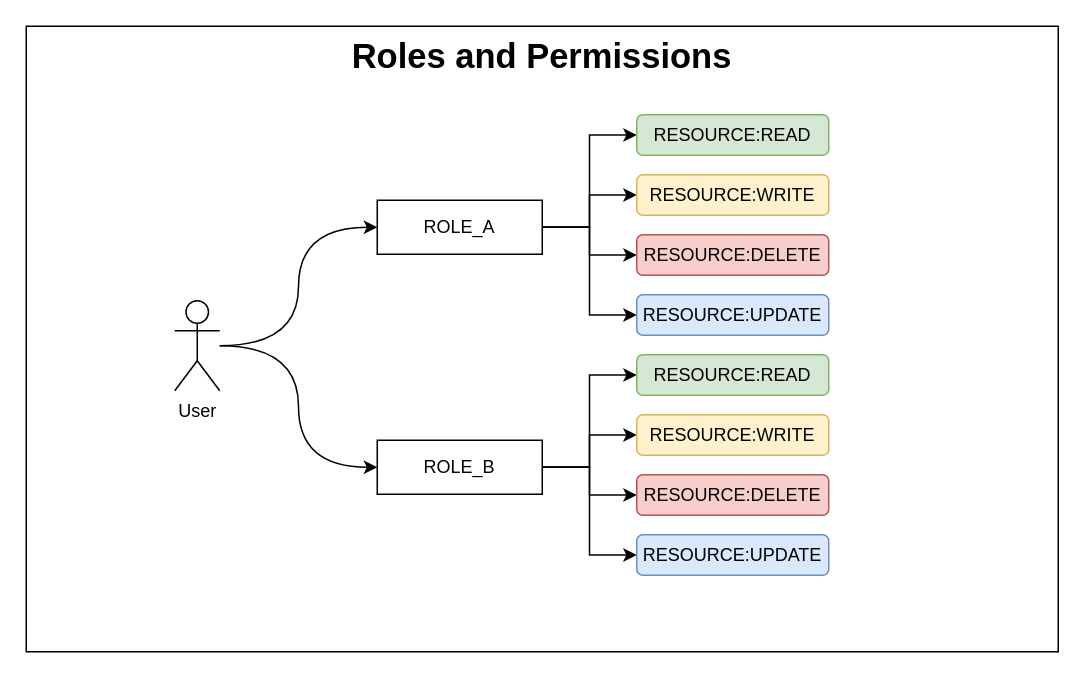
Before: page "roles and permissions" (4 of 4) of jwt-security.drawio in ventiwang/spring-boot-3-jwt-security, a draw.io diagram. Source tidied: cells renumbered, new cells numbered last; positions are measured from the earlier drawing's top-left corner, leaving out a move shared by most shapes. Both pictures are drawn from the tidied source at 150%, with x=0, y=0 at pixel (26, 26).
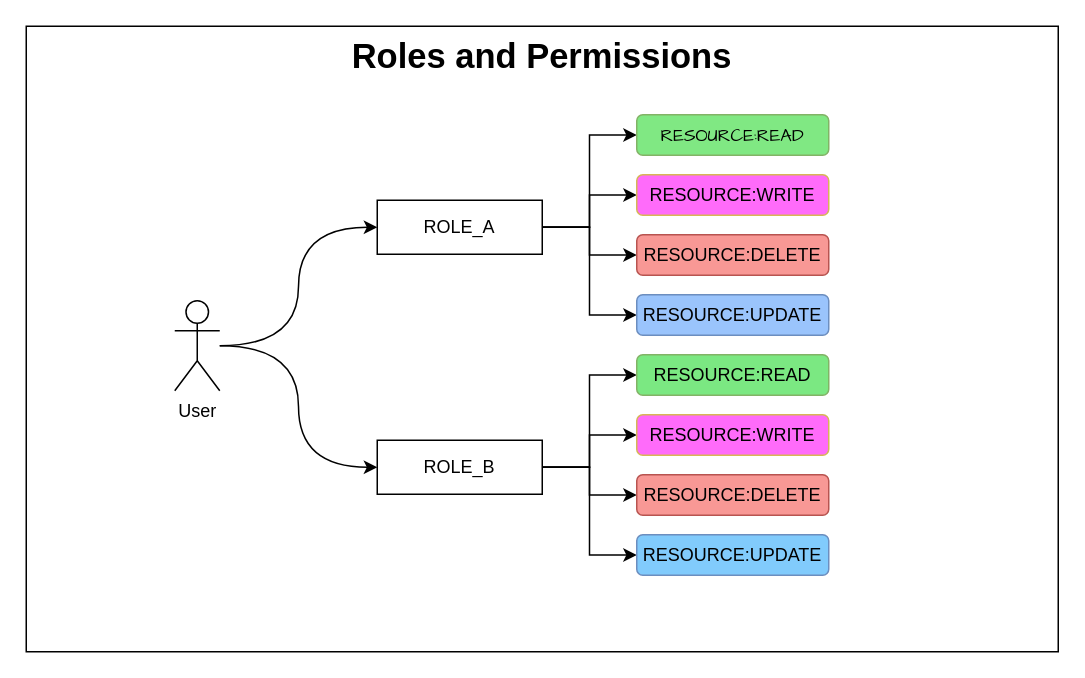
The same page after the edit.

The edit, as a diff of the source:
```diff
@@
-    <mxCell id="11" value="RESOURCE:READ" style="rounded=1;whiteSpace=wrap;html=1;fillColor=#d5e8d4;strokeColor=#82b366;" parent="1" vertex="1">
+    <mxCell id="11" value="&lt;font face=&quot;Comic Sans MS&quot;&gt;RESOURCE:READ&lt;/font&gt;" style="rounded=1;whiteSpace=wrap;html=1;fillColor=#80E883;strokeColor=#82b366;" parent="1" vertex="1">
       <mxGeometry x="407" y="59" width="128" height="27" as="geometry" />
     </mxCell>
-    <mxCell id="12" value="RESOURCE:WRITE" style="rounded=1;whiteSpace=wrap;html=1;fillColor=#fff2cc;strokeColor=#d6b656;" parent="1" vertex="1">
+    <mxCell id="12" value="RESOURCE:WRITE" style="rounded=1;whiteSpace=wrap;html=1;fillColor=#FF6BFA;strokeColor=#d6b656;" parent="1" vertex="1">
       <mxGeometry x="407" y="99" width="128" height="27" as="geometry" />
     </mxCell>
-    <mxCell id="13" value="RESOURCE:DELETE" style="rounded=1;whiteSpace=wrap;html=1;fillColor=#f8cecc;strokeColor=#b85450;" parent="1" vertex="1">
+    <mxCell id="13" value="RESOURCE:DELETE" style="rounded=1;whiteSpace=wrap;html=1;fillColor=#F89895;strokeColor=#b85450;" parent="1" vertex="1">
       <mxGeometry x="407" y="139" width="128" height="27" as="geometry" />
     </mxCell>
-    <mxCell id="14" value="RESOURCE:UPDATE" style="rounded=1;whiteSpace=wrap;html=1;fillColor=#dae8fc;strokeColor=#6c8ebf;" parent="1" vertex="1">
+    <mxCell id="14" value="RESOURCE:UPDATE" style="rounded=1;whiteSpace=wrap;html=1;fillColor=#9AC4FC;strokeColor=#6c8ebf;" parent="1" vertex="1">
       <mxGeometry x="407" y="179" width="128" height="27" as="geometry" />
     </mxCell>
@@
-    <mxCell id="20" value="RESOURCE:READ" style="rounded=1;whiteSpace=wrap;html=1;fillColor=#d5e8d4;strokeColor=#82b366;" parent="1" vertex="1">
+    <mxCell id="20" value="RESOURCE:READ" style="rounded=1;whiteSpace=wrap;html=1;fillColor=#7BE882;strokeColor=#82b366;" parent="1" vertex="1">
       <mxGeometry x="407" y="219" width="128" height="27" as="geometry" />
     </mxCell>
-    <mxCell id="21" value="RESOURCE:WRITE" style="rounded=1;whiteSpace=wrap;html=1;fillColor=#fff2cc;strokeColor=#d6b656;" parent="1" vertex="1">
+    <mxCell id="21" value="RESOURCE:WRITE" style="rounded=1;whiteSpace=wrap;html=1;fillColor=#FF6BFA;strokeColor=#d6b656;" parent="1" vertex="1">
       <mxGeometry x="407" y="259" width="128" height="27" as="geometry" />
     </mxCell>
-    <mxCell id="22" value="RESOURCE:DELETE" style="rounded=1;whiteSpace=wrap;html=1;fillColor=#f8cecc;strokeColor=#b85450;" parent="1" vertex="1">
+    <mxCell id="22" value="RESOURCE:DELETE" style="rounded=1;whiteSpace=wrap;html=1;fillColor=#F89895;strokeColor=#b85450;" parent="1" vertex="1">
       <mxGeometry x="407" y="299" width="128" height="27" as="geometry" />
     </mxCell>
-    <mxCell id="23" value="RESOURCE:UPDATE" style="rounded=1;whiteSpace=wrap;html=1;fillColor=#dae8fc;strokeColor=#6c8ebf;" parent="1" vertex="1">
+    <mxCell id="23" value="RESOURCE:UPDATE" style="rounded=1;whiteSpace=wrap;html=1;fillColor=#81CBFC;strokeColor=#6c8ebf;" parent="1" vertex="1">
       <mxGeometry x="407" y="339" width="128" height="27" as="geometry" />
     </mxCell>
```
